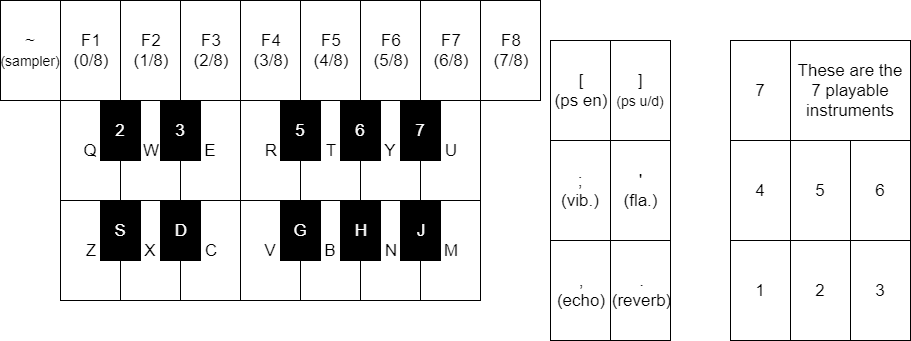
Before: Lab4p1/stuff/matlab/keyboard.png, a diagram exported from draw.io (ZichengHe135/DSP-Capstone). Source tidied: cells renumbered, new cells last; positions are measured from the earlier drawing's top-left corner, leaving out a move shared by most shapes. Its diagram source:
```xml
<mxGraphModel>
  <root>
    <mxCell id="0" />
    <mxCell id="1" parent="0" />
    <mxCell id="2" value="E" style="rounded=0;whiteSpace=wrap;html=1;strokeColor=#000000;fillColor=#FFFFFF;fontColor=#000000;fontSize=17;" parent="1" vertex="1">
      <mxGeometry x="180" y="100" width="60" height="100" as="geometry" />
    </mxCell>
    <mxCell id="3" value="W" style="rounded=0;whiteSpace=wrap;html=1;strokeColor=#000000;fillColor=#FFFFFF;fontColor=#000000;fontSize=17;" parent="1" vertex="1">
      <mxGeometry x="120" y="100" width="60" height="100" as="geometry" />
    </mxCell>
    <mxCell id="4" value="Q" style="rounded=0;whiteSpace=wrap;html=1;strokeColor=#000000;fillColor=#FFFFFF;fontColor=#000000;fontSize=17;" parent="1" vertex="1">
      <mxGeometry x="60" y="100" width="60" height="100" as="geometry" />
    </mxCell>
    <mxCell id="5" value="2" style="rounded=0;whiteSpace=wrap;html=1;fillColor=#000000;strokeColor=#000000;fontColor=#FFFFFF;fontSize=17;" parent="1" vertex="1">
      <mxGeometry x="100" y="100" width="40" height="60" as="geometry" />
    </mxCell>
    <mxCell id="6" value="3" style="rounded=0;whiteSpace=wrap;html=1;fillColor=#000000;strokeColor=#000000;fontColor=#FFFFFF;fontSize=17;" parent="1" vertex="1">
      <mxGeometry x="160" y="100" width="40" height="60" as="geometry" />
    </mxCell>
    <mxCell id="7" value="R" style="rounded=0;whiteSpace=wrap;html=1;strokeColor=#000000;fillColor=#FFFFFF;fontColor=#000000;fontSize=17;" parent="1" vertex="1">
      <mxGeometry x="240" y="100" width="60" height="100" as="geometry" />
    </mxCell>
    <mxCell id="8" value="T" style="rounded=0;whiteSpace=wrap;html=1;strokeColor=#000000;fillColor=#FFFFFF;fontColor=#000000;fontSize=17;" parent="1" vertex="1">
      <mxGeometry x="300" y="100" width="60" height="100" as="geometry" />
    </mxCell>
    <mxCell id="9" value="Y" style="rounded=0;whiteSpace=wrap;html=1;strokeColor=#000000;fillColor=#FFFFFF;fontColor=#000000;fontSize=17;" parent="1" vertex="1">
      <mxGeometry x="360" y="100" width="60" height="100" as="geometry" />
    </mxCell>
    <mxCell id="10" value="U" style="rounded=0;whiteSpace=wrap;html=1;strokeColor=#000000;fillColor=#FFFFFF;fontColor=#000000;fontSize=17;" parent="1" vertex="1">
      <mxGeometry x="420" y="100" width="60" height="100" as="geometry" />
    </mxCell>
    <mxCell id="11" value="5" style="rounded=0;whiteSpace=wrap;html=1;fillColor=#000000;strokeColor=#000000;fontColor=#FFFFFF;fontSize=17;" parent="1" vertex="1">
      <mxGeometry x="280" y="100" width="40" height="60" as="geometry" />
    </mxCell>
    <mxCell id="12" value="6" style="rounded=0;whiteSpace=wrap;html=1;fillColor=#000000;strokeColor=#000000;fontColor=#FFFFFF;fontSize=17;" parent="1" vertex="1">
      <mxGeometry x="340" y="100" width="40" height="60" as="geometry" />
    </mxCell>
    <mxCell id="13" value="7" style="rounded=0;whiteSpace=wrap;html=1;fillColor=#000000;strokeColor=#000000;fontColor=#FFFFFF;fontSize=17;" parent="1" vertex="1">
      <mxGeometry x="400" y="100" width="40" height="60" as="geometry" />
    </mxCell>
    <mxCell id="14" value="C" style="rounded=0;whiteSpace=wrap;html=1;strokeColor=#000000;fillColor=#FFFFFF;fontColor=#000000;fontSize=17;" parent="1" vertex="1">
      <mxGeometry x="180" y="200" width="60" height="100" as="geometry" />
    </mxCell>
    <mxCell id="15" value="X" style="rounded=0;whiteSpace=wrap;html=1;strokeColor=#000000;fillColor=#FFFFFF;fontColor=#000000;fontSize=17;" parent="1" vertex="1">
      <mxGeometry x="120" y="200" width="60" height="100" as="geometry" />
    </mxCell>
    <mxCell id="16" value="Z" style="rounded=0;whiteSpace=wrap;html=1;strokeColor=#000000;fillColor=#FFFFFF;fontColor=#000000;fontSize=17;" parent="1" vertex="1">
      <mxGeometry x="60" y="200" width="60" height="100" as="geometry" />
    </mxCell>
    <mxCell id="17" value="S" style="rounded=0;whiteSpace=wrap;html=1;fillColor=#000000;strokeColor=#000000;fontColor=#FFFFFF;fontSize=17;" parent="1" vertex="1">
      <mxGeometry x="100" y="200" width="40" height="60" as="geometry" />
    </mxCell>
    <mxCell id="18" value="D" style="rounded=0;whiteSpace=wrap;html=1;fillColor=#000000;strokeColor=#000000;fontColor=#FFFFFF;fontSize=17;" parent="1" vertex="1">
      <mxGeometry x="160" y="200" width="40" height="60" as="geometry" />
    </mxCell>
    <mxCell id="19" value="V" style="rounded=0;whiteSpace=wrap;html=1;strokeColor=#000000;fillColor=#FFFFFF;fontColor=#000000;fontSize=17;" parent="1" vertex="1">
      <mxGeometry x="240" y="200" width="60" height="100" as="geometry" />
    </mxCell>
    <mxCell id="20" value="B" style="rounded=0;whiteSpace=wrap;html=1;strokeColor=#000000;fillColor=#FFFFFF;fontColor=#000000;fontSize=17;" parent="1" vertex="1">
      <mxGeometry x="300" y="200" width="60" height="100" as="geometry" />
    </mxCell>
    <mxCell id="21" value="N" style="rounded=0;whiteSpace=wrap;html=1;strokeColor=#000000;fillColor=#FFFFFF;fontColor=#000000;fontSize=17;" parent="1" vertex="1">
      <mxGeometry x="360" y="200" width="60" height="100" as="geometry" />
    </mxCell>
    <mxCell id="22" value="M" style="rounded=0;whiteSpace=wrap;html=1;strokeColor=#000000;fillColor=#FFFFFF;fontColor=#000000;fontSize=17;" parent="1" vertex="1">
      <mxGeometry x="420" y="200" width="60" height="100" as="geometry" />
    </mxCell>
    <mxCell id="23" value="G" style="rounded=0;whiteSpace=wrap;html=1;fillColor=#000000;strokeColor=#000000;fontColor=#FFFFFF;fontSize=17;" parent="1" vertex="1">
      <mxGeometry x="280" y="200" width="40" height="60" as="geometry" />
    </mxCell>
    <mxCell id="24" value="H" style="rounded=0;whiteSpace=wrap;html=1;fillColor=#000000;strokeColor=#000000;fontColor=#FFFFFF;fontSize=17;" parent="1" vertex="1">
      <mxGeometry x="340" y="200" width="40" height="60" as="geometry" />
    </mxCell>
    <mxCell id="25" value="J" style="rounded=0;whiteSpace=wrap;html=1;fillColor=#000000;strokeColor=#000000;fontColor=#FFFFFF;fontSize=17;" parent="1" vertex="1">
      <mxGeometry x="400" y="200" width="40" height="60" as="geometry" />
    </mxCell>
    <mxCell id="26" value="F1&lt;br&gt;(0/8)&lt;br&gt;" style="rounded=0;whiteSpace=wrap;html=1;strokeColor=#000000;fillColor=#FFFFFF;fontColor=#000000;fontSize=17;" parent="1" vertex="1">
      <mxGeometry x="60" width="60" height="100" as="geometry" />
    </mxCell>
    <mxCell id="27" value="F2&lt;br&gt;(1/8)&lt;br&gt;" style="rounded=0;whiteSpace=wrap;html=1;strokeColor=#000000;fillColor=#FFFFFF;fontColor=#000000;fontSize=17;" parent="1" vertex="1">
      <mxGeometry x="120" width="60" height="100" as="geometry" />
    </mxCell>
    <mxCell id="28" value="F3&lt;br&gt;(2/8)&lt;br&gt;" style="rounded=0;whiteSpace=wrap;html=1;strokeColor=#000000;fillColor=#FFFFFF;fontColor=#000000;fontSize=17;" parent="1" vertex="1">
      <mxGeometry x="180" width="60" height="100" as="geometry" />
    </mxCell>
    <mxCell id="29" value="F4&lt;br&gt;(3/8)&lt;br&gt;" style="rounded=0;whiteSpace=wrap;html=1;strokeColor=#000000;fillColor=#FFFFFF;fontColor=#000000;fontSize=17;" parent="1" vertex="1">
      <mxGeometry x="240" width="60" height="100" as="geometry" />
    </mxCell>
    <mxCell id="30" value="F5&lt;br&gt;(4/8)&lt;br&gt;" style="rounded=0;whiteSpace=wrap;html=1;strokeColor=#000000;fillColor=#FFFFFF;fontColor=#000000;fontSize=17;" parent="1" vertex="1">
      <mxGeometry x="300" width="60" height="100" as="geometry" />
    </mxCell>
    <mxCell id="31" value="F6&lt;br&gt;(5/8)&lt;br&gt;" style="rounded=0;whiteSpace=wrap;html=1;strokeColor=#000000;fillColor=#FFFFFF;fontColor=#000000;fontSize=17;" parent="1" vertex="1">
      <mxGeometry x="360" width="60" height="100" as="geometry" />
    </mxCell>
    <mxCell id="32" value="F7&lt;br&gt;(6/8)&lt;br&gt;" style="rounded=0;whiteSpace=wrap;html=1;strokeColor=#000000;fillColor=#FFFFFF;fontColor=#000000;fontSize=17;" parent="1" vertex="1">
      <mxGeometry x="420" width="60" height="100" as="geometry" />
    </mxCell>
    <mxCell id="33" value="F8&lt;br&gt;(7/8)&lt;br&gt;" style="rounded=0;whiteSpace=wrap;html=1;strokeColor=#000000;fillColor=#FFFFFF;fontColor=#000000;fontSize=17;" parent="1" vertex="1">
      <mxGeometry x="480" width="60" height="100" as="geometry" />
    </mxCell>
    <mxCell id="34" value="~&lt;br&gt;&lt;font style=&quot;font-size: 14px&quot;&gt;(sampler)&lt;/font&gt;&lt;br&gt;" style="rounded=0;whiteSpace=wrap;html=1;strokeColor=#000000;fillColor=#FFFFFF;fontColor=#000000;fontSize=17;" parent="1" vertex="1">
      <mxGeometry width="60" height="100" as="geometry" />
    </mxCell>
    <mxCell id="35" value=";&lt;br&gt;(vib.)&lt;br&gt;" style="rounded=0;whiteSpace=wrap;html=1;strokeColor=#000000;fillColor=#FFFFFF;fontColor=#000000;fontSize=17;" parent="1" vertex="1">
      <mxGeometry x="550" y="140" width="60" height="100" as="geometry" />
    </mxCell>
    <mxCell id="36" value="'&lt;br&gt;(fla.)&lt;br&gt;" style="rounded=0;whiteSpace=wrap;html=1;strokeColor=#000000;fillColor=#FFFFFF;fontColor=#000000;fontSize=17;" parent="1" vertex="1">
      <mxGeometry x="610" y="140" width="60" height="100" as="geometry" />
    </mxCell>
    <mxCell id="37" value=",&lt;br&gt;(echo)&lt;br&gt;" style="rounded=0;whiteSpace=wrap;html=1;strokeColor=#000000;fillColor=#FFFFFF;fontColor=#000000;fontSize=17;" parent="1" vertex="1">
      <mxGeometry x="550" y="240" width="60" height="100" as="geometry" />
    </mxCell>
    <mxCell id="38" value=".&lt;br&gt;(reverb)&lt;br&gt;" style="rounded=0;whiteSpace=wrap;html=1;strokeColor=#000000;fillColor=#FFFFFF;fontColor=#000000;fontSize=17;" parent="1" vertex="1">
      <mxGeometry x="610" y="240" width="60" height="100" as="geometry" />
    </mxCell>
    <mxCell id="39" value="[&lt;br&gt;(ps en)&lt;br style=&quot;font-size: 12px&quot;&gt;" style="rounded=0;whiteSpace=wrap;html=1;strokeColor=#000000;fillColor=#FFFFFF;fontColor=#000000;fontSize=17;" parent="1" vertex="1">
      <mxGeometry x="550" y="40" width="60" height="100" as="geometry" />
    </mxCell>
    <mxCell id="40" value="]&lt;br&gt;&lt;font style=&quot;font-size: 14px&quot;&gt;(ps u/d)&lt;/font&gt;&lt;br&gt;" style="rounded=0;whiteSpace=wrap;html=1;strokeColor=#000000;fillColor=#FFFFFF;fontColor=#000000;fontSize=17;" parent="1" vertex="1">
      <mxGeometry x="610" y="40" width="60" height="100" as="geometry" />
    </mxCell>
    <mxCell id="41" value="4" style="rounded=0;whiteSpace=wrap;html=1;strokeColor=#000000;fillColor=#FFFFFF;fontColor=#000000;fontSize=17;" parent="1" vertex="1">
      <mxGeometry x="730" y="140" width="60" height="100" as="geometry" />
    </mxCell>
    <mxCell id="42" value="5" style="rounded=0;whiteSpace=wrap;html=1;strokeColor=#000000;fillColor=#FFFFFF;fontColor=#000000;fontSize=17;" parent="1" vertex="1">
      <mxGeometry x="790" y="140" width="60" height="100" as="geometry" />
    </mxCell>
    <mxCell id="43" value="1" style="rounded=0;whiteSpace=wrap;html=1;strokeColor=#000000;fillColor=#FFFFFF;fontColor=#000000;fontSize=17;" parent="1" vertex="1">
      <mxGeometry x="730" y="240" width="60" height="100" as="geometry" />
    </mxCell>
    <mxCell id="44" value="2" style="rounded=0;whiteSpace=wrap;html=1;strokeColor=#000000;fillColor=#FFFFFF;fontColor=#000000;fontSize=17;" parent="1" vertex="1">
      <mxGeometry x="790" y="240" width="60" height="100" as="geometry" />
    </mxCell>
    <mxCell id="45" value="7" style="rounded=0;whiteSpace=wrap;html=1;strokeColor=#000000;fillColor=#FFFFFF;fontColor=#000000;fontSize=17;" parent="1" vertex="1">
      <mxGeometry x="730" y="40" width="60" height="100" as="geometry" />
    </mxCell>
    <mxCell id="46" value="3" style="rounded=0;whiteSpace=wrap;html=1;strokeColor=#000000;fillColor=#FFFFFF;fontColor=#000000;fontSize=17;" parent="1" vertex="1">
      <mxGeometry x="850" y="240" width="60" height="100" as="geometry" />
    </mxCell>
    <mxCell id="47" value="6" style="rounded=0;whiteSpace=wrap;html=1;strokeColor=#000000;fillColor=#FFFFFF;fontColor=#000000;fontSize=17;" parent="1" vertex="1">
      <mxGeometry x="850" y="140" width="60" height="100" as="geometry" />
    </mxCell>
    <mxCell id="48" value="These are the 7 playable instruments" style="rounded=0;whiteSpace=wrap;html=1;strokeColor=#000000;fillColor=#FFFFFF;fontSize=17;fontColor=#000000;" parent="1" vertex="1">
      <mxGeometry x="790" y="40" width="120" height="100" as="geometry" />
    </mxCell>
  </root>
</mxGraphModel>
```
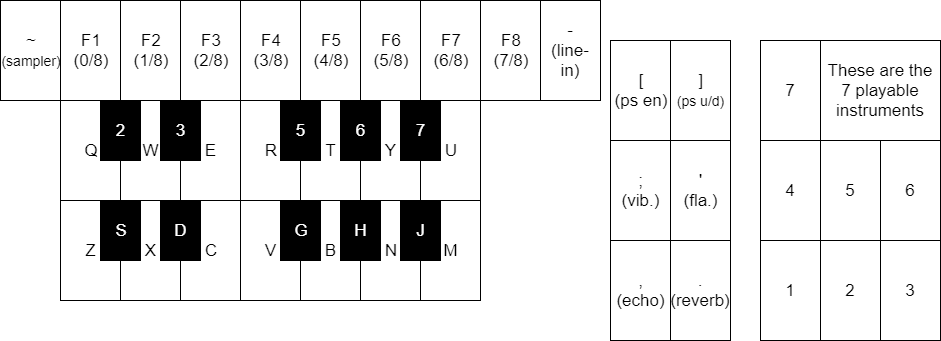
After the commit.

Commit message:
matlab added line in

What changed in the source:
```diff
@@ -102,46 +102,49 @@
       <mxGeometry width="60" height="100" as="geometry" />
     </mxCell>
     <mxCell id="35" value=";&lt;br&gt;(vib.)&lt;br&gt;" style="rounded=0;whiteSpace=wrap;html=1;strokeColor=#000000;fillColor=#FFFFFF;fontColor=#000000;fontSize=17;" parent="1" vertex="1">
-      <mxGeometry x="550" y="140" width="60" height="100" as="geometry" />
+      <mxGeometry x="610" y="140" width="60" height="100" as="geometry" />
     </mxCell>
     <mxCell id="36" value="'&lt;br&gt;(fla.)&lt;br&gt;" style="rounded=0;whiteSpace=wrap;html=1;strokeColor=#000000;fillColor=#FFFFFF;fontColor=#000000;fontSize=17;" parent="1" vertex="1">
-      <mxGeometry x="610" y="140" width="60" height="100" as="geometry" />
+      <mxGeometry x="670" y="140" width="60" height="100" as="geometry" />
     </mxCell>
     <mxCell id="37" value=",&lt;br&gt;(echo)&lt;br&gt;" style="rounded=0;whiteSpace=wrap;html=1;strokeColor=#000000;fillColor=#FFFFFF;fontColor=#000000;fontSize=17;" parent="1" vertex="1">
-      <mxGeometry x="550" y="240" width="60" height="100" as="geometry" />
+      <mxGeometry x="610" y="240" width="60" height="100" as="geometry" />
     </mxCell>
     <mxCell id="38" value=".&lt;br&gt;(reverb)&lt;br&gt;" style="rounded=0;whiteSpace=wrap;html=1;strokeColor=#000000;fillColor=#FFFFFF;fontColor=#000000;fontSize=17;" parent="1" vertex="1">
-      <mxGeometry x="610" y="240" width="60" height="100" as="geometry" />
+      <mxGeometry x="670" y="240" width="60" height="100" as="geometry" />
     </mxCell>
     <mxCell id="39" value="[&lt;br&gt;(ps en)&lt;br style=&quot;font-size: 12px&quot;&gt;" style="rounded=0;whiteSpace=wrap;html=1;strokeColor=#000000;fillColor=#FFFFFF;fontColor=#000000;fontSize=17;" parent="1" vertex="1">
-      <mxGeometry x="550" y="40" width="60" height="100" as="geometry" />
+      <mxGeometry x="610" y="40" width="60" height="100" as="geometry" />
     </mxCell>
     <mxCell id="40" value="]&lt;br&gt;&lt;font style=&quot;font-size: 14px&quot;&gt;(ps u/d)&lt;/font&gt;&lt;br&gt;" style="rounded=0;whiteSpace=wrap;html=1;strokeColor=#000000;fillColor=#FFFFFF;fontColor=#000000;fontSize=17;" parent="1" vertex="1">
-      <mxGeometry x="610" y="40" width="60" height="100" as="geometry" />
+      <mxGeometry x="670" y="40" width="60" height="100" as="geometry" />
     </mxCell>
     <mxCell id="41" value="4" style="rounded=0;whiteSpace=wrap;html=1;strokeColor=#000000;fillColor=#FFFFFF;fontColor=#000000;fontSize=17;" parent="1" vertex="1">
-      <mxGeometry x="730" y="140" width="60" height="100" as="geometry" />
+      <mxGeometry x="760" y="140" width="60" height="100" as="geometry" />
     </mxCell>
     <mxCell id="42" value="5" style="rounded=0;whiteSpace=wrap;html=1;strokeColor=#000000;fillColor=#FFFFFF;fontColor=#000000;fontSize=17;" parent="1" vertex="1">
-      <mxGeometry x="790" y="140" width="60" height="100" as="geometry" />
+      <mxGeometry x="820" y="140" width="60" height="100" as="geometry" />
     </mxCell>
     <mxCell id="43" value="1" style="rounded=0;whiteSpace=wrap;html=1;strokeColor=#000000;fillColor=#FFFFFF;fontColor=#000000;fontSize=17;" parent="1" vertex="1">
-      <mxGeometry x="730" y="240" width="60" height="100" as="geometry" />
+      <mxGeometry x="760" y="240" width="60" height="100" as="geometry" />
     </mxCell>
     <mxCell id="44" value="2" style="rounded=0;whiteSpace=wrap;html=1;strokeColor=#000000;fillColor=#FFFFFF;fontColor=#000000;fontSize=17;" parent="1" vertex="1">
-      <mxGeometry x="790" y="240" width="60" height="100" as="geometry" />
+      <mxGeometry x="820" y="240" width="60" height="100" as="geometry" />
     </mxCell>
     <mxCell id="45" value="7" style="rounded=0;whiteSpace=wrap;html=1;strokeColor=#000000;fillColor=#FFFFFF;fontColor=#000000;fontSize=17;" parent="1" vertex="1">
-      <mxGeometry x="730" y="40" width="60" height="100" as="geometry" />
+      <mxGeometry x="760" y="40" width="60" height="100" as="geometry" />
     </mxCell>
     <mxCell id="46" value="3" style="rounded=0;whiteSpace=wrap;html=1;strokeColor=#000000;fillColor=#FFFFFF;fontColor=#000000;fontSize=17;" parent="1" vertex="1">
-      <mxGeometry x="850" y="240" width="60" height="100" as="geometry" />
+      <mxGeometry x="880" y="240" width="60" height="100" as="geometry" />
     </mxCell>
     <mxCell id="47" value="6" style="rounded=0;whiteSpace=wrap;html=1;strokeColor=#000000;fillColor=#FFFFFF;fontColor=#000000;fontSize=17;" parent="1" vertex="1">
-      <mxGeometry x="850" y="140" width="60" height="100" as="geometry" />
+      <mxGeometry x="880" y="140" width="60" height="100" as="geometry" />
     </mxCell>
     <mxCell id="48" value="These are the 7 playable instruments" style="rounded=0;whiteSpace=wrap;html=1;strokeColor=#000000;fillColor=#FFFFFF;fontSize=17;fontColor=#000000;" parent="1" vertex="1">
-      <mxGeometry x="790" y="40" width="120" height="100" as="geometry" />
+      <mxGeometry x="820" y="40" width="120" height="100" as="geometry" />
     </mxCell>
+    <mxCell id="49" value="-&lt;br&gt;(line-in)&lt;br&gt;" style="rounded=0;whiteSpace=wrap;html=1;strokeColor=#000000;fillColor=#FFFFFF;fontColor=#000000;fontSize=17;" parent="1" vertex="1">
+      <mxGeometry x="540" width="60" height="100" as="geometry" />
+    </mxCell>
   </root>
 </mxGraphModel>
```
